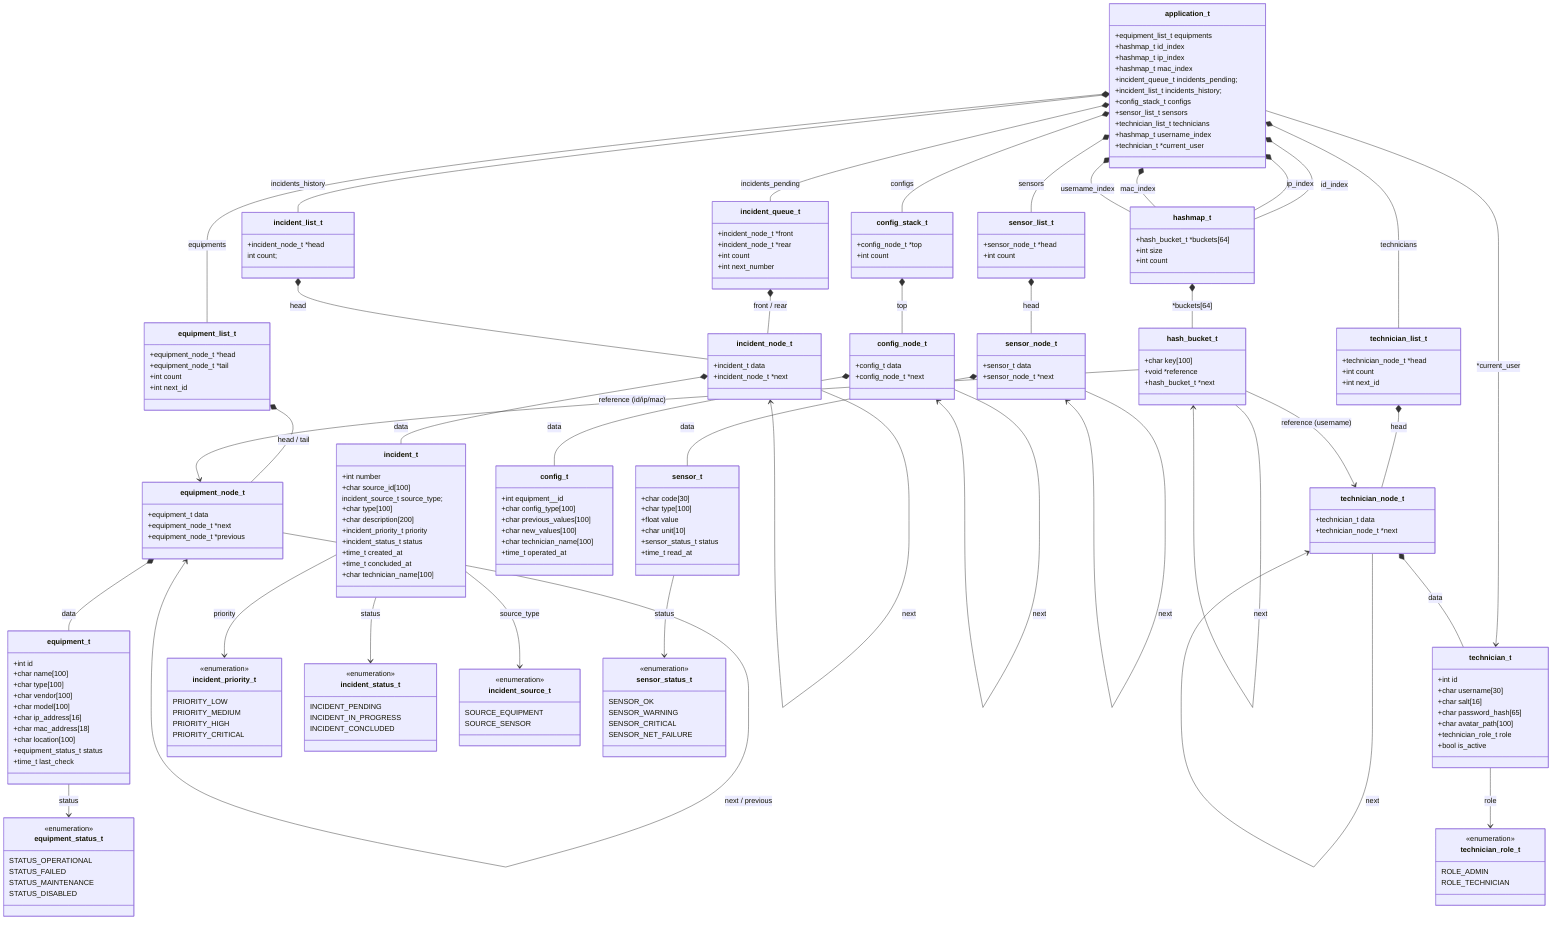
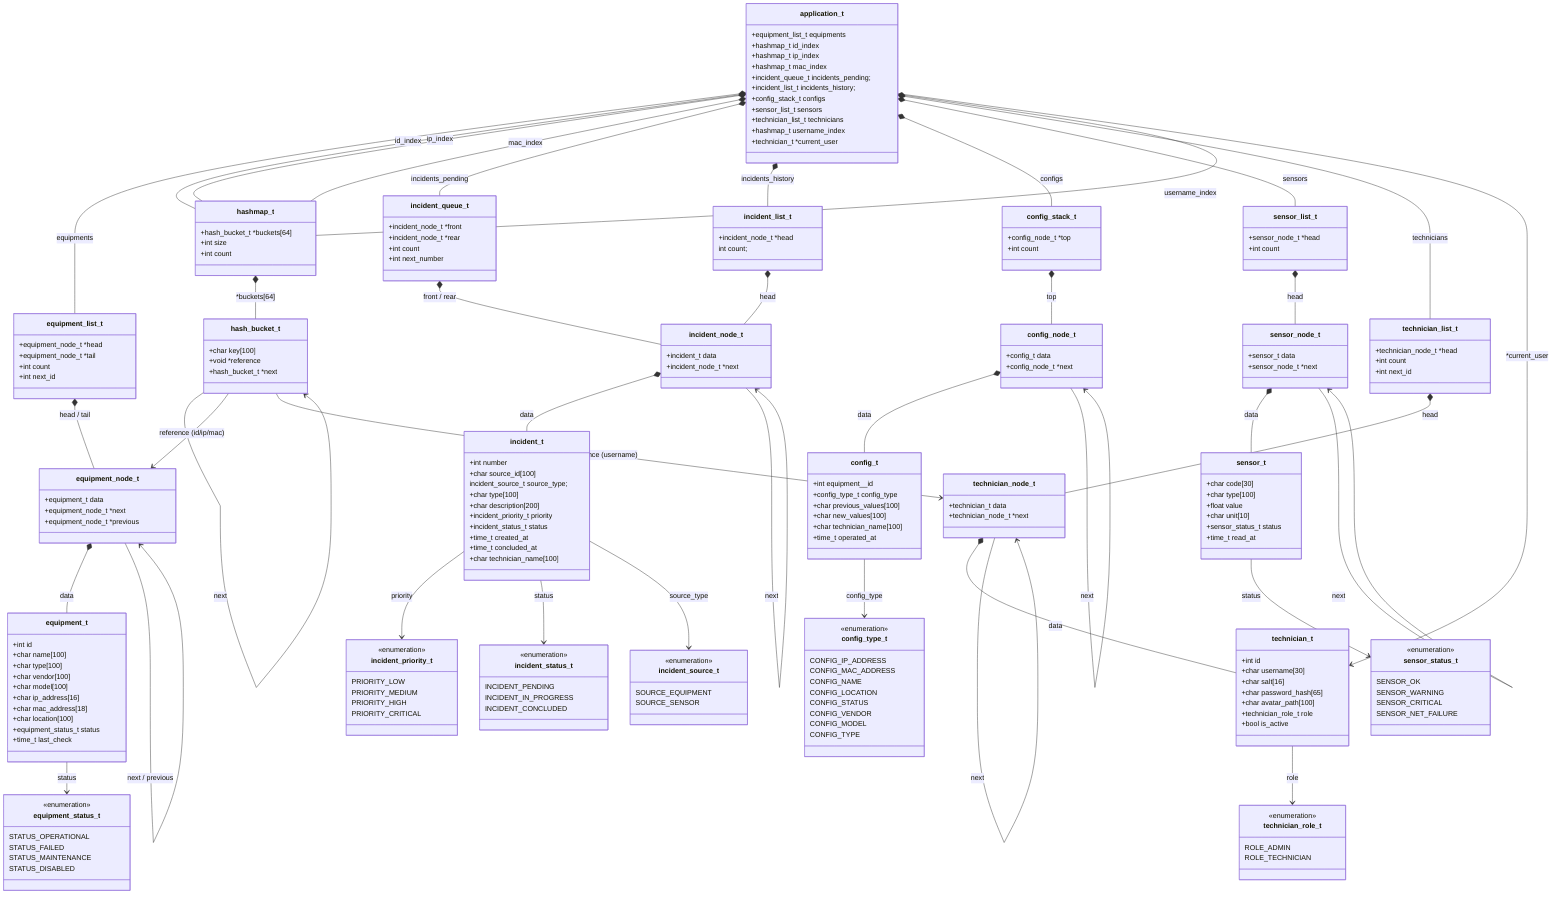
classDiagram

class application_t {
  +equipment_list_t       equipments
  +hashmap_t              id_index
  +hashmap_t              ip_index
  +hashmap_t              mac_index
  +incident_queue_t       incidents_pending;
  +incident_list_t        incidents_history;
  +config_stack_t         configs
  +sensor_list_t          sensors
  +technician_list_t      technicians
  +hashmap_t              username_index
  +technician_t           *current_user
}


class equipment_t {
  +int                     id
  +char                    name[100]
  +char                    type[100]
  +char                    vendor[100]
  +char                    model[100]
  +char                    ip_address[16]
  +char                    mac_address[18]
  +char                    location[100]
  +equipment_status_t      status
  +time_t                  last_check
}

class equipment_node_t {
  +equipment_t           data
  +equipment_node_t      *next
  +equipment_node_t      *previous
}

class equipment_list_t {
  +equipment_node_t      *head
  +equipment_node_t      *tail
  +int                   count
  +int                   next_id
}



class incident_t {
  +int                      number
  +char                     source_id[100]
  incident_source_t         source_type;
  +char                     type[100]
  +char                     description[200]
  +incident_priority_t      priority
  +incident_status_t        status
  +time_t                   created_at
  +time_t                   concluded_at
  +char                     technician_name[100]
}

class incident_node_t {
  +incident_t           data
  +incident_node_t      *next
}

class incident_queue_t {
  +incident_node_t      *front
  +incident_node_t      *rear
  +int                  count
  +int                  next_number
}

class incident_list_t {
  +incident_node_t      *head
  int                   count;
}



class config_t {
-   +int         equipment__id
-   +char        config_type[100]
-   +char        previous_values[100]
-   +char        new_values[100]
-   +char        technician_name[100]
-   +time_t      operated_at
+   +int                equipment__id
+   +config_type_t      config_type
+   +char               previous_values[100]
+   +char               new_values[100]
+   +char               technician_name[100]
+   +time_t             operated_at
}

class config_node_t {
  +config_t           data
  +config_node_t      *next
}

class config_stack_t {
  +config_node_t      *top
  +int                count
}



class sensor_t {
  +char                 code[30]
  +char                 type[100]
  +float                value
  +char                 unit[10]
  +sensor_status_t      status
  +time_t               read_at
}

class sensor_node_t {
  +sensor_t           data
  +sensor_node_t      *next
}

class sensor_list_t {
  +sensor_node_t      *head
  +int                count
}



class technician_t {
  +int                    id
  +char                   username[30]
  +char                   salt[16]
  +char                   password_hash[65]
  +char                   avatar_path[100]
  +technician_role_t      role
  +bool                   is_active
}

class technician_node_t {
  +technician_t           data
  +technician_node_t      *next
}

class technician_list_t {
  +technician_node_t      *head
  +int                    count
  +int                    next_id
}



class hashmap_t {
  +hash_bucket_t      *buckets[64]
  +int                size
  +int                count
}

class hash_bucket_t {
  +char               key[100]
  +void               *reference
  +hash_bucket_t      *next
}



class equipment_status_t {
  <<enumeration>>
  STATUS_OPERATIONAL
  STATUS_FAILED
  STATUS_MAINTENANCE
  STATUS_DISABLED
}

class incident_priority_t {
  <<enumeration>>
  PRIORITY_LOW
  PRIORITY_MEDIUM
  PRIORITY_HIGH
  PRIORITY_CRITICAL
}

class incident_status_t {
  <<enumeration>>
  INCIDENT_PENDING
  INCIDENT_IN_PROGRESS
  INCIDENT_CONCLUDED
}

class incident_source_t {
  <<enumeration>>
  SOURCE_EQUIPMENT
  SOURCE_SENSOR
+ }
+ 
+ class config_type_t {
+   <<enumeration>>
+   CONFIG_IP_ADDRESS
+   CONFIG_MAC_ADDRESS
+   CONFIG_NAME
+   CONFIG_LOCATION
+   CONFIG_STATUS
+   CONFIG_VENDOR
+   CONFIG_MODEL
+   CONFIG_TYPE
}

class sensor_status_t {
  <<enumeration>>
  SENSOR_OK
  SENSOR_WARNING
  SENSOR_CRITICAL
  SENSOR_NET_FAILURE
}

class technician_role_t {
  <<enumeration>>
  ROLE_ADMIN
  ROLE_TECHNICIAN
}



application_t *-- equipment_list_t      : equipments
application_t *-- hashmap_t             : id_index
application_t *-- hashmap_t             : ip_index
application_t *-- hashmap_t             : mac_index
application_t *-- incident_queue_t      : incidents_pending
application_t *-- incident_list_t       : incidents_history
application_t *-- config_stack_t        : configs
application_t *-- sensor_list_t         : sensors
application_t *-- technician_list_t     : technicians
application_t *-- hashmap_t             : username_index
application_t --> technician_t          : *current_user



equipment_t --> equipment_status_t         : status
equipment_node_t *-- equipment_t           : data
equipment_node_t --> equipment_node_t      : next / previous
equipment_list_t *-- equipment_node_t      : head / tail



incident_t --> incident_priority_t       : priority
incident_t --> incident_status_t         : status
incident_t --> incident_source_t         : source_type
incident_node_t *-- incident_t           : data
incident_node_t --> incident_node_t      : next
incident_queue_t *-- incident_node_t     : front / rear
incident_list_t *-- incident_node_t      : head


- 
+ config_t --> config_type_t           : config_type
config_node_t *-- config_t           : data
config_node_t --> config_node_t      : next
config_stack_t *-- config_node_t     : top



sensor_t --> sensor_status_t         : status
sensor_node_t *-- sensor_t           : data
sensor_node_t --> sensor_node_t      : next
sensor_list_t *-- sensor_node_t      : head



technician_t --> technician_role_t           : role
technician_node_t *-- technician_t           : data
technician_node_t --> technician_node_t      : next
technician_list_t *-- technician_node_t      : head



hashmap_t *-- hash_bucket_t             : *buckets[64]
hash_bucket_t --> hash_bucket_t         : next
hash_bucket_t --> equipment_node_t      : reference (id/ip/mac)
hash_bucket_t --> technician_node_t     : reference (username)
